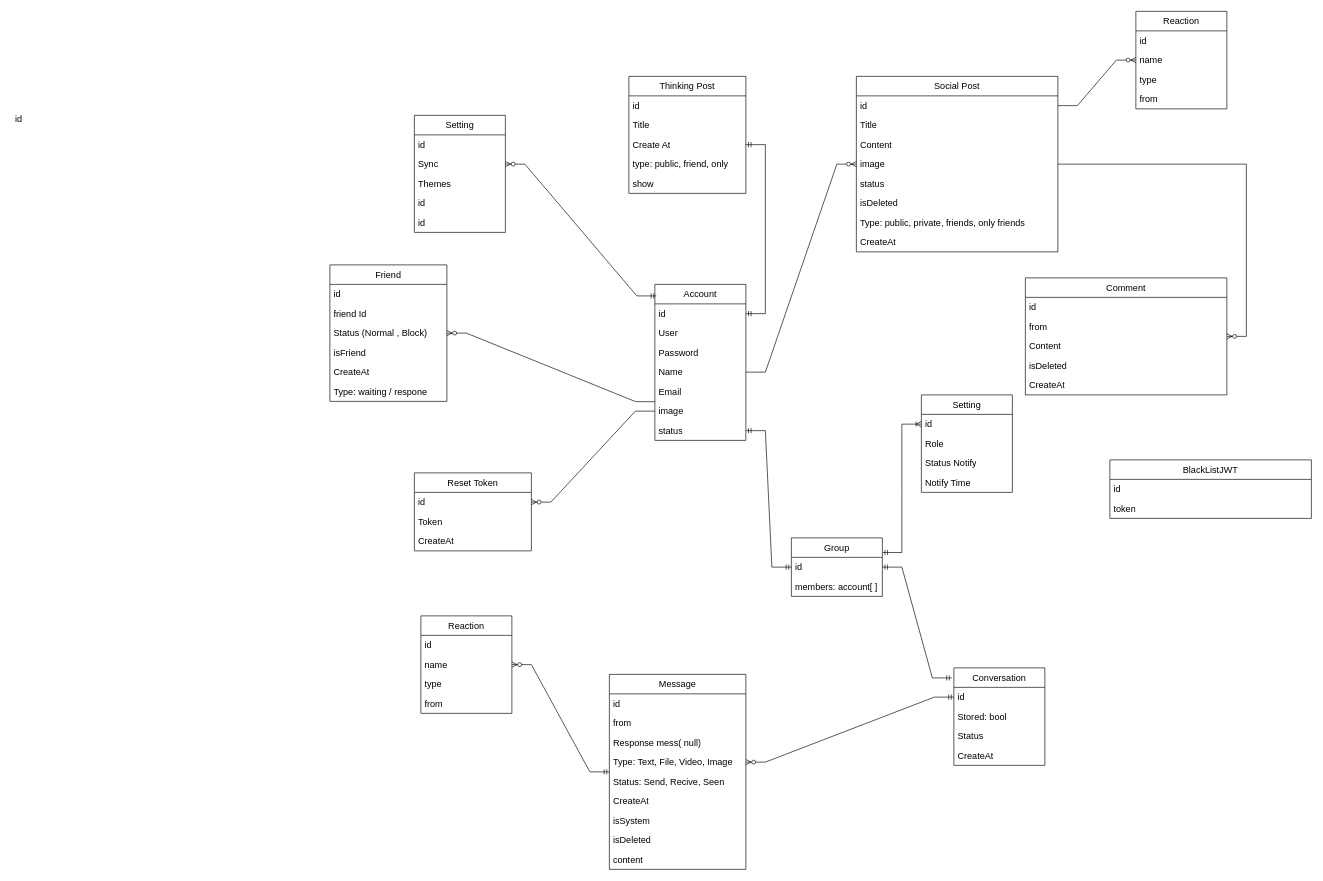
Before: page "Database" (1 of 2) of Description/Design.drawio in KTPx4/SpringBoot_ChatWeb, a draw.io diagram. Source tidied: cells renumbered, new cells numbered last; positions are measured from the earlier drawing's top-left corner, leaving out a move shared by most shapes. Both pictures are drawn from the tidied source at 65%, with x=0, y=0 at pixel (11, 11).
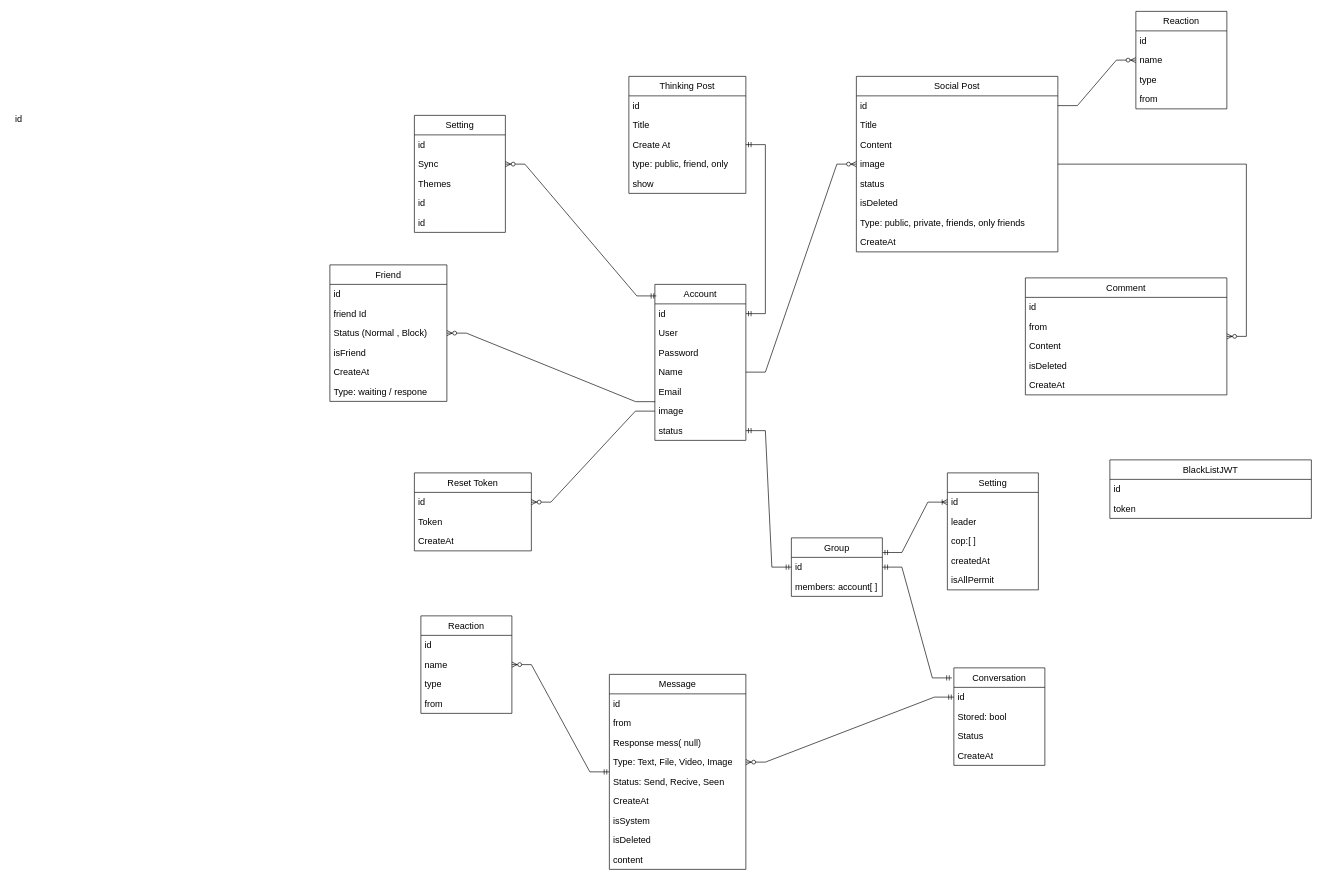
The same diagram, later.

The edit, as a diff of the source:
```diff
@@
     <mxCell id="15" value="Setting" style="swimlane;fontStyle=0;horizontal=1;startSize=30;whiteSpace=wrap;html=1;fontSize=14;" parent="1" vertex="1">
-      <mxGeometry x="1400" y="590" width="140" height="150" as="geometry" />
+      <mxGeometry x="1440" y="710" width="140" height="180" as="geometry" />
     </mxCell>
@@
-    <mxCell id="17" value="Role" style="text;strokeColor=none;fillColor=none;align=left;verticalAlign=middle;spacingLeft=4;spacingRight=4;overflow=hidden;whiteSpace=wrap;html=1;fontSize=14;" parent="15" vertex="1">
+    <mxCell id="17" value="leader" style="text;strokeColor=none;fillColor=none;align=left;verticalAlign=middle;spacingLeft=4;spacingRight=4;overflow=hidden;whiteSpace=wrap;html=1;fontSize=14;" parent="15" vertex="1">
       <mxGeometry y="60" width="140" height="30" as="geometry" />
     </mxCell>
-    <mxCell id="18" value="Status Notify" style="text;strokeColor=none;fillColor=none;align=left;verticalAlign=middle;spacingLeft=4;spacingRight=4;overflow=hidden;whiteSpace=wrap;html=1;fontSize=14;" parent="15" vertex="1">
+    <mxCell id="18" value="cop:[ ]" style="text;strokeColor=none;fillColor=none;align=left;verticalAlign=middle;spacingLeft=4;spacingRight=4;overflow=hidden;whiteSpace=wrap;html=1;fontSize=14;" parent="15" vertex="1">
       <mxGeometry y="90" width="140" height="30" as="geometry" />
     </mxCell>
-    <mxCell id="19" value="Notify Time" style="text;strokeColor=none;fillColor=none;align=left;verticalAlign=middle;spacingLeft=4;spacingRight=4;overflow=hidden;whiteSpace=wrap;html=1;fontSize=14;" parent="15" vertex="1">
+    <mxCell id="19" value="createdAt" style="text;strokeColor=none;fillColor=none;align=left;verticalAlign=middle;spacingLeft=4;spacingRight=4;overflow=hidden;whiteSpace=wrap;html=1;fontSize=14;" parent="15" vertex="1">
       <mxGeometry y="120" width="140" height="30" as="geometry" />
     </mxCell>
+    <mxCell id="97" value="isAllPermit" style="text;strokeColor=none;fillColor=none;align=left;verticalAlign=middle;spacingLeft=4;spacingRight=4;overflow=hidden;whiteSpace=wrap;html=1;fontSize=14;" parent="15" vertex="1">
+      <mxGeometry y="150" width="140" height="30" as="geometry" />
+    </mxCell>
```
